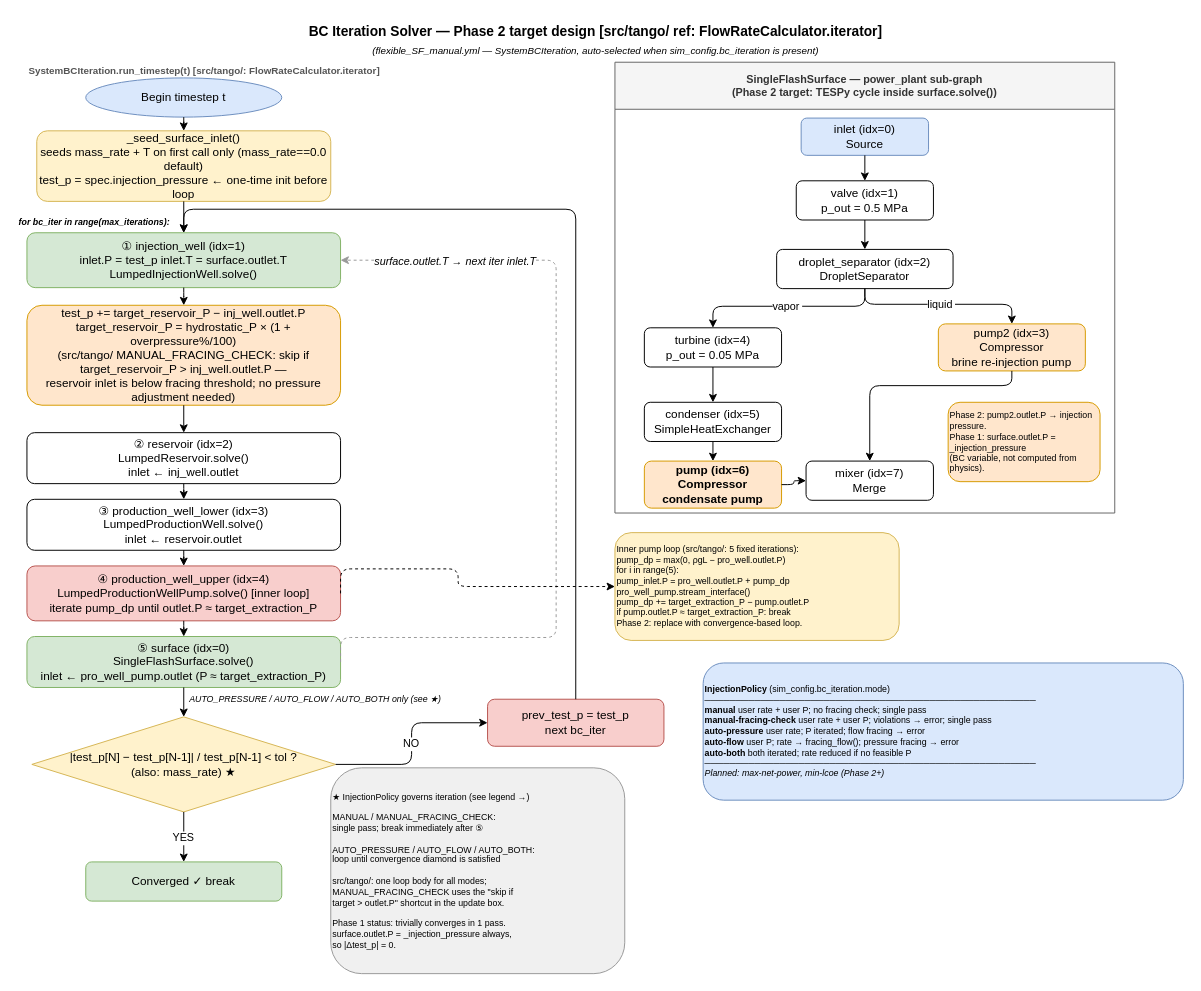
Earlier version of the draw.io diagram docs/diagrams/src/phase1_bc_iteration_solver.drawio (GEG-ETHZ/TANGO-core). Source tidied: cells renumbered, new cells numbered last; positions are measured from the earlier drawing's top-left corner, leaving out a move shared by most shapes. Both pictures are drawn from the tidied source at 98%, with x=0, y=0 at pixel (17, 17).
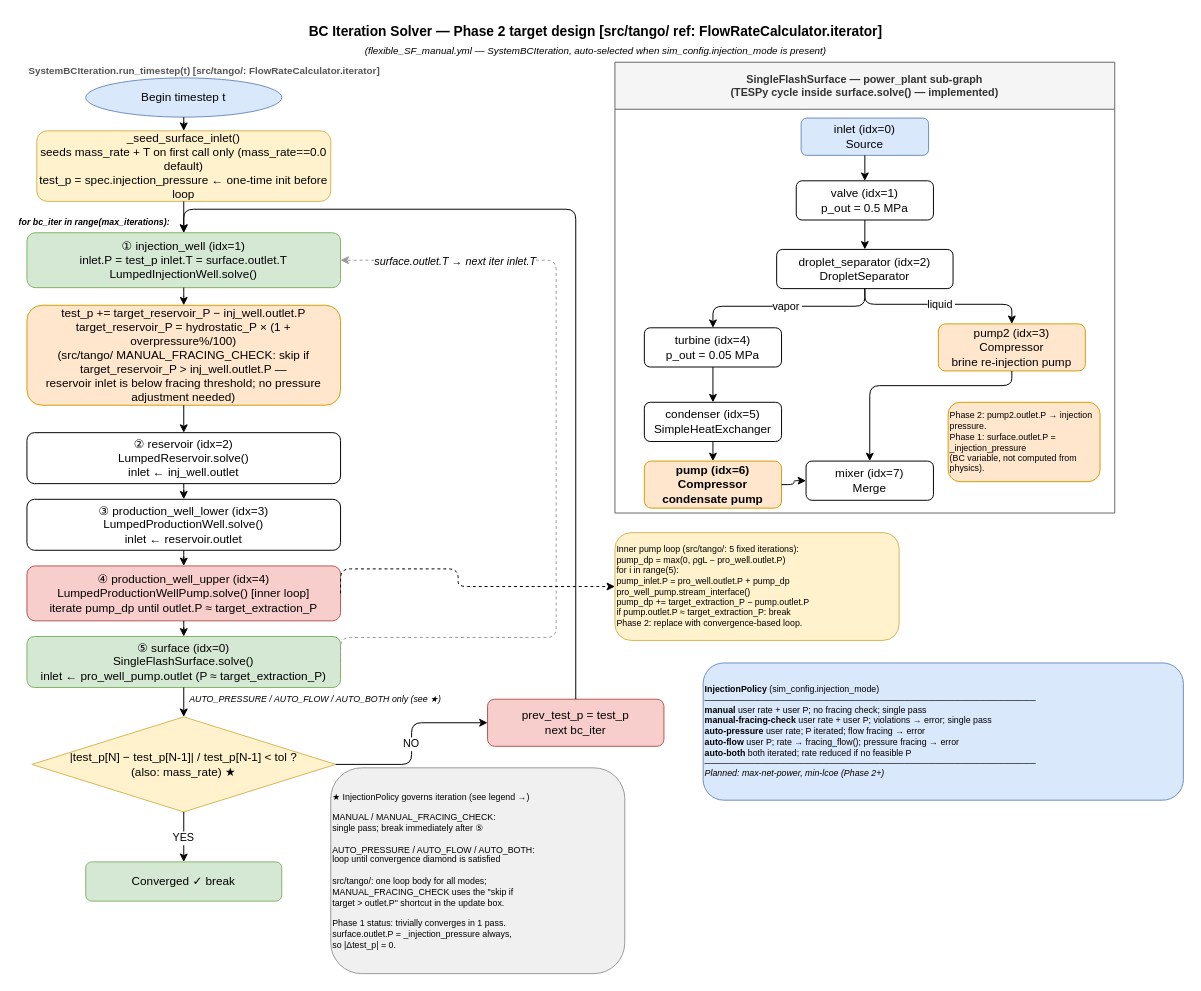
The same page after the edit.

Diff of the diagram source:
```diff
@@
-    <mxCell id="3" value="(flexible_SF_manual.yml — SystemBCIteration, auto-selected when sim_config.bc_iteration is present)" style="text;html=1;strokeColor=none;fillColor=none;align=center;fontSize=10;fontStyle=2;" parent="1" vertex="1">
+    <mxCell id="3" value="(flexible_SF_manual.yml — SystemBCIteration, auto-selected when sim_config.injection_mode is present)" style="text;html=1;strokeColor=none;fillColor=none;align=center;fontSize=10;fontStyle=2;" parent="1" vertex="1">
       <mxGeometry x="10" y="22" width="1160" height="16" as="geometry" />
     </mxCell>
@@
-    <mxCell id="34" value="SingleFlashSurface — power_plant sub-graph&#10;(Phase 2 target: TESPy cycle inside surface.solve())" style="swimlane;startSize=48;fillColor=#f5f5f5;strokeColor=#666666;fontColor=#333333;fontSize=11;fontStyle=1;" parent="1" vertex="1">
+    <mxCell id="34" value="SingleFlashSurface — power_plant sub-graph&#10;(TESPy cycle inside surface.solve() — implemented)" style="swimlane;startSize=48;fillColor=#f5f5f5;strokeColor=#666666;fontColor=#333333;fontSize=11;fontStyle=1;" parent="1" vertex="1">
       <mxGeometry x="610" y="46" width="510" height="460" as="geometry" />
     </mxCell>
@@
-    <mxCell id="52" value="&lt;b&gt;InjectionPolicy&lt;/b&gt;  (sim_config.bc_iteration.mode)&lt;br&gt;─────────────────────────────────────────────────────&lt;br&gt;&lt;b&gt;manual&lt;/b&gt;                user rate + user P; no fracing check; single pass&lt;br&gt;&lt;b&gt;manual-fracing-check&lt;/b&gt;  user rate + user P; violations → error; single pass&lt;br&gt;&lt;b&gt;auto-pressure&lt;/b&gt;         user rate; P iterated; flow fracing → error&lt;br&gt;&lt;b&gt;auto-flow&lt;/b&gt;             user P; rate → fracing_flow(); pressure fracing → error&lt;br&gt;&lt;b&gt;auto-both&lt;/b&gt;             both iterated; rate reduced if no feasible P&lt;br&gt;─────────────────────────────────────────────────────&lt;br&gt;&lt;i&gt;Planned: max-net-power, min-lcoe (Phase 2+)&lt;/i&gt;" style="rounded=1;whiteSpace=wrap;html=1;fillColor=#dae8fc;strokeColor=#6c8ebf;fontSize=9;align=left;" parent="1" vertex="1">
+    <mxCell id="52" value="&lt;b&gt;InjectionPolicy&lt;/b&gt;  (sim_config.injection_mode)&lt;br&gt;─────────────────────────────────────────────────────&lt;br&gt;&lt;b&gt;manual&lt;/b&gt;                user rate + user P; no fracing check; single pass&lt;br&gt;&lt;b&gt;manual-fracing-check&lt;/b&gt;  user rate + user P; violations → error; single pass&lt;br&gt;&lt;b&gt;auto-pressure&lt;/b&gt;         user rate; P iterated; flow fracing → error&lt;br&gt;&lt;b&gt;auto-flow&lt;/b&gt;             user P; rate → fracing_flow(); pressure fracing → error&lt;br&gt;&lt;b&gt;auto-both&lt;/b&gt;             both iterated; rate reduced if no feasible P&lt;br&gt;─────────────────────────────────────────────────────&lt;br&gt;&lt;i&gt;Planned: max-net-power, min-lcoe (Phase 2+)&lt;/i&gt;" style="rounded=1;whiteSpace=wrap;html=1;fillColor=#dae8fc;strokeColor=#6c8ebf;fontSize=9;align=left;" parent="1" vertex="1">
       <mxGeometry x="700" y="659" width="490" height="140" as="geometry" />
     </mxCell>
```
